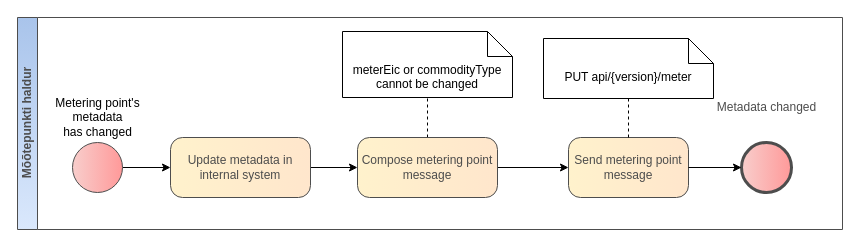
Earlier version of the draw.io diagram page "Update metadata of metering point" (4 of 4) of diagrams/metering-point-management/metering-point-management.drawio (Elering/estfeed-datahub-docs). Source tidied: cells renumbered, new cells numbered last; positions are measured from the earlier drawing's top-left corner, leaving out a move shared by most shapes. Both pictures are drawn from the tidied source at 100%, with x=0, y=0 at pixel (17, 17).
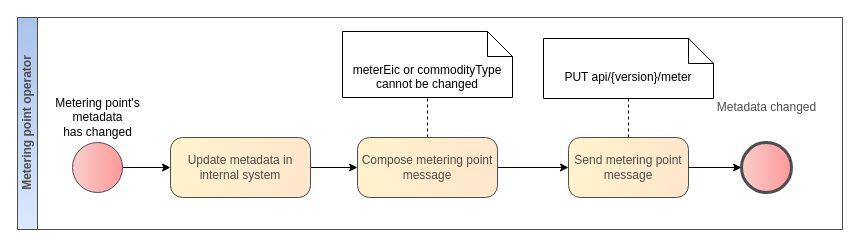
The same diagram, later.

Diff of the diagram source:
```diff
@@
 <mxGraphModel>
   <root>
     <mxCell id="0" />
     <mxCell id="1" parent="0" />
     <mxCell id="2" style="edgeStyle=orthogonalEdgeStyle;rounded=0;jettySize=auto;html=1;" parent="1" edge="1" source="3" target="11">
       <mxGeometry relative="1" as="geometry" />
     </mxCell>
     <mxCell id="3" value="Metering point's&lt;br&gt;metadata&lt;br&gt;has changed" style="points=[[0.145,0.145,0],[0.5,0,0],[0.855,0.145,0],[1,0.5,0],[0.855,0.855,0],[0.5,1,0],[0.145,0.855,0],[0,0.5,0]];shape=mxgraph.bpmn.event;html=1;verticalLabelPosition=top;verticalAlign=middle;align=center;perimeter=ellipsePerimeter;outlineConnect=0;outline=standard;symbol=general;fillColor=#f8cecc;strokeColor=#4D4D4D;rounded=1;shadow=0;strokeWidth=1;gradientColor=#FF9999;gradientDirection=east;spacingBottom=0;labelPosition=center;" parent="1" vertex="1">
       <mxGeometry x="55" y="125" width="50" height="50" as="geometry" />
     </mxCell>
-    <mxCell id="4" value="Mõõtepunkti haldur" style="swimlane;html=1;horizontal=0;startSize=20;strokeColor=#4D4D4D;fillColor=#dae8fc;fontColor=#4D4D4D;gradientColor=#A9C4EB;gradientDirection=north;rotation=0;" parent="1" vertex="1">
+    <mxCell id="4" value="Metering point operator" style="swimlane;html=1;horizontal=0;startSize=20;strokeColor=#4D4D4D;fillColor=#dae8fc;fontColor=#4D4D4D;gradientColor=#A9C4EB;gradientDirection=north;rotation=0;" parent="1" vertex="1">
       <mxGeometry width="825" height="212" as="geometry" />
     </mxCell>
     <mxCell id="5" value="Send metering point message" style="whiteSpace=wrap;html=1;fillColor=#fff2cc;strokeColor=#4D4D4D;fontColor=#4D4D4D;rounded=1;arcSize=20;shadow=0;gradientColor=#FFE6CC;gradientDirection=east;glass=0;labelBackgroundColor=none;labelBorderColor=none;strokeWidth=1;" parent="4" vertex="1">
       <mxGeometry x="551" y="120" width="120" height="60" as="geometry" />
     </mxCell>
     <mxCell id="6" value="Metadata changed" style="points=[[0.145,0.145,0],[0.5,0,0],[0.855,0.145,0],[1,0.5,0],[0.855,0.855,0],[0.5,1,0],[0.145,0.855,0],[0,0.5,0]];shape=mxgraph.bpmn.event;html=1;verticalLabelPosition=top;labelBackgroundColor=#ffffff;verticalAlign=middle;align=center;perimeter=ellipsePerimeter;outlineConnect=0;outline=end;symbol=terminate2;fontFamily=Helvetica;fontSize=12;fontColor=#4D4D4D;fillColor=#f8cecc;strokeColor=#4D4D4D;rounded=1;shadow=0;strokeWidth=1;gradientColor=#FF9999;gradientDirection=east;spacing=0;spacingTop=0;spacingLeft=0;spacingBottom=20;labelPosition=center;" parent="4" vertex="1">
       <mxGeometry x="724" y="125" width="50" height="50" as="geometry" />
     </mxCell>
     <mxCell id="7" style="edgeStyle=orthogonalEdgeStyle;rounded=0;jettySize=auto;html=1;" parent="4" edge="1" source="5" target="6">
       <mxGeometry relative="1" as="geometry" />
     </mxCell>
     <mxCell id="8" value="PUT api/{version}/meter" style="shape=note2;boundedLbl=1;whiteSpace=wrap;html=1;size=25;verticalAlign=top;align=center;" parent="4" vertex="1">
       <mxGeometry x="526" y="21" width="170" height="60" as="geometry" />
     </mxCell>
     <mxCell id="9" style="rounded=0;jettySize=auto;html=1;dashed=1;endArrow=none;endFill=0;" parent="4" edge="1" source="5" target="8">
       <mxGeometry relative="1" as="geometry" />
     </mxCell>
     <mxCell id="10" style="edgeStyle=orthogonalEdgeStyle;rounded=0;jettySize=auto;html=1;" parent="1" edge="1" source="11" target="14">
       <mxGeometry relative="1" as="geometry" />
     </mxCell>
     <mxCell id="11" value="Update metadata in internal system" style="rounded=1;whiteSpace=wrap;html=1;arcSize=20;fillColor=#fff2cc;strokeColor=#4D4D4D;shadow=0;fontColor=#4D4D4D;gradientColor=#FFE6CC;gradientDirection=east;glass=0;backgroundOutline=0;enumerate=0;labelBackgroundColor=none;labelBorderColor=none;strokeWidth=1;" parent="1" vertex="1">
       <mxGeometry x="153" y="120" width="140" height="60" as="geometry" />
     </mxCell>
     <mxCell id="12" style="edgeStyle=orthogonalEdgeStyle;rounded=0;jettySize=auto;html=1;endArrow=none;dashed=1;endFill=0;" parent="1" edge="1" source="14" target="15">
       <mxGeometry relative="1" as="geometry" />
     </mxCell>
     <mxCell id="13" style="edgeStyle=orthogonalEdgeStyle;rounded=0;jettySize=auto;html=1;" parent="1" edge="1" source="14" target="5">
       <mxGeometry relative="1" as="geometry" />
     </mxCell>
     <mxCell id="14" value="Compose metering point message" style="rounded=1;whiteSpace=wrap;html=1;arcSize=20;fillColor=#fff2cc;strokeColor=#4D4D4D;shadow=0;fontColor=#4D4D4D;gradientColor=#FFE6CC;gradientDirection=east;glass=0;backgroundOutline=0;enumerate=0;labelBackgroundColor=none;labelBorderColor=none;strokeWidth=1;" parent="1" vertex="1">
       <mxGeometry x="340" y="120" width="140" height="60" as="geometry" />
     </mxCell>
     <mxCell id="15" value="meterEic or commodityType cannot be changed" style="shape=note2;boundedLbl=1;whiteSpace=wrap;html=1;size=25;verticalAlign=top;align=center;" parent="1" vertex="1">
       <mxGeometry x="325" y="14" width="170" height="66" as="geometry" />
     </mxCell>
   </root>
 </mxGraphModel>
```
